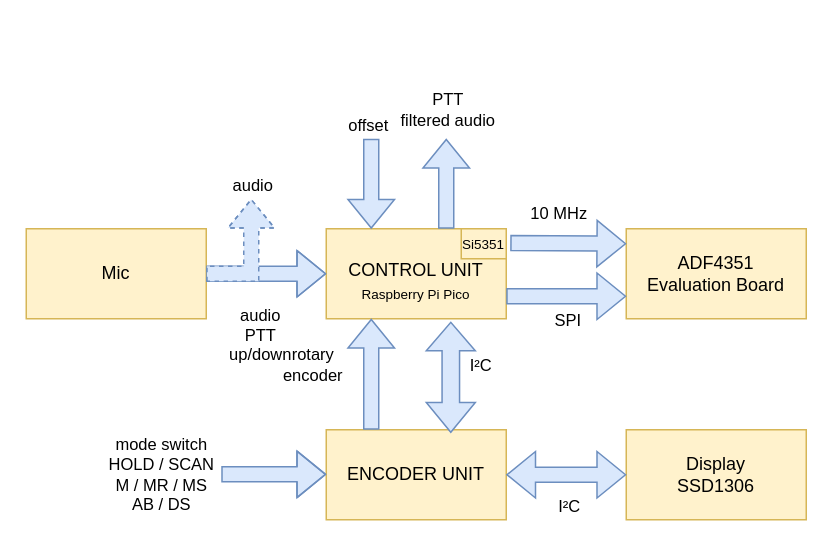
Above: overview.drawio in michaelgroni/tr-pll7 (draw.io), before the change. Source tidied: cells renumbered, new cells numbered last; positions are measured from the earlier drawing's top-left corner, leaving out a move shared by most shapes. Both pictures are drawn from the tidied source at 150%, with x=0, y=0 at pixel (26, 138).
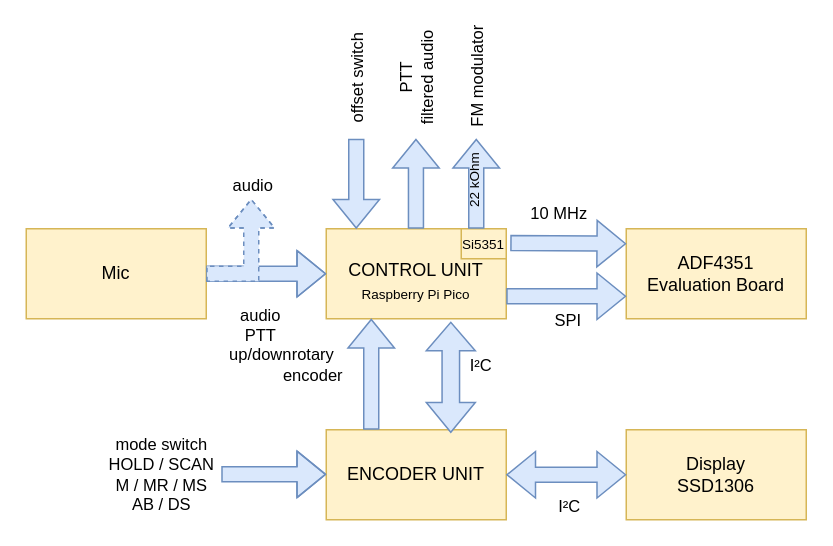
The same page after the edit.

Diff of the diagram source:
```diff
@@
     <mxCell id="21" style="shape=flexArrow;endArrow=classic;html=1;rounded=0;exitX=0.167;exitY=0;exitDx=0;exitDy=0;exitPerimeter=0;fillColor=#dae8fc;strokeColor=#6c8ebf;" parent="1" edge="1">
       <mxGeometry relative="1" as="geometry">
-        <mxPoint x="280" y="60" as="sourcePoint" />
-        <mxPoint x="280" as="targetPoint" />
+        <mxPoint x="259.8" y="60" as="sourcePoint" />
+        <mxPoint x="259.8" as="targetPoint" />
       </mxGeometry>
     </mxCell>
-    <mxCell id="22" value="PTT&lt;br&gt;filtered audio" style="edgeLabel;html=1;align=center;verticalAlign=middle;" parent="21" vertex="1">
+    <mxCell id="22" value="PTT&lt;br&gt;filtered audio" style="edgeLabel;html=1;align=center;verticalAlign=middle;rotation=-90;" parent="21" vertex="1">
       <mxGeometry x="0.49" y="-4" relative="1" as="geometry">
-        <mxPoint x="-4" y="-35" as="offset" />
+        <mxPoint x="-4" y="-55" as="offset" />
       </mxGeometry>
     </mxCell>
@@
     <mxCell id="25" style="shape=flexArrow;endArrow=classic;html=1;rounded=0;exitX=0.167;exitY=0;exitDx=0;exitDy=0;exitPerimeter=0;fillColor=#dae8fc;strokeColor=#6c8ebf;" parent="1" edge="1">
       <mxGeometry relative="1" as="geometry">
-        <mxPoint x="230" as="sourcePoint" />
-        <mxPoint x="230" y="60" as="targetPoint" />
+        <mxPoint x="220" as="sourcePoint" />
+        <mxPoint x="220" y="60" as="targetPoint" />
       </mxGeometry>
     </mxCell>
-    <mxCell id="26" value="offset" style="edgeLabel;html=1;align=center;verticalAlign=middle;" parent="25" vertex="1">
+    <mxCell id="26" value="offset switch" style="edgeLabel;html=1;align=center;verticalAlign=middle;rotation=-90;" parent="25" vertex="1">
       <mxGeometry x="0.05" y="-3" relative="1" as="geometry">
-        <mxPoint y="-42" as="offset" />
+        <mxPoint x="3" y="-71" as="offset" />
       </mxGeometry>
     </mxCell>
@@
+    <mxCell id="28" style="shape=flexArrow;endArrow=classic;html=1;rounded=0;exitX=0.167;exitY=0;exitDx=0;exitDy=0;exitPerimeter=0;fillColor=#dae8fc;strokeColor=#6c8ebf;" parent="1" edge="1">
+      <mxGeometry relative="1" as="geometry">
+        <mxPoint x="300" y="60" as="sourcePoint" />
+        <mxPoint x="300" as="targetPoint" />
+      </mxGeometry>
+    </mxCell>
+    <mxCell id="29" value="FM modulator" style="edgeLabel;html=1;align=center;verticalAlign=middle;rotation=-90;" parent="28" vertex="1">
+      <mxGeometry x="0.49" y="-4" relative="1" as="geometry">
+        <mxPoint x="-4" y="-55" as="offset" />
+      </mxGeometry>
+    </mxCell>
+    <mxCell id="30" value="22 kOhm" style="edgeLabel;html=1;align=center;verticalAlign=middle;textDirection=vertical-lr;rotation=-180;fontSize=9;labelBackgroundColor=none;" parent="28" vertex="1">
+      <mxGeometry x="0.42" y="-2" relative="1" as="geometry">
+        <mxPoint x="-1" y="12" as="offset" />
+      </mxGeometry>
+    </mxCell>
```
